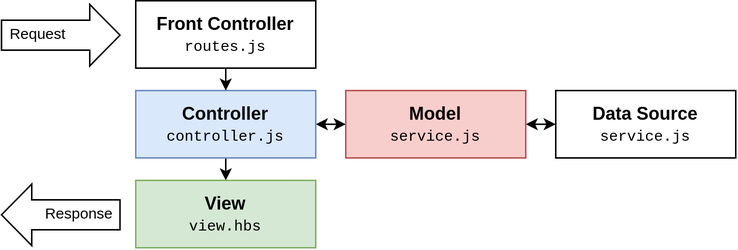
Earlier version of the draw.io export WE2/assets/expressjs-mvc.drawio.png (Expressoist/ost-bsc-it-summaries). Source tidied: cells renumbered, new cells last; positions are measured from the earlier drawing's top-left corner, leaving out a move shared by most shapes. Its diagram source:
```xml
<mxGraphModel>
  <root>
    <mxCell id="0" />
    <mxCell id="1" parent="0" />
    <mxCell id="2" style="shape=flexArrow;endArrow=block;html=1;rounded=0;width=20;endSize=6.382857142857143;fillColor=default;" parent="1" edge="1">
      <mxGeometry relative="1" as="geometry">
        <mxPoint y="23" as="sourcePoint" />
        <mxPoint x="80" y="23" as="targetPoint" />
      </mxGeometry>
    </mxCell>
    <mxCell id="3" style="edgeStyle=orthogonalEdgeStyle;rounded=0;jettySize=auto;html=1;startSize=5;endSize=5;" parent="1" edge="1" source="4" target="7">
      <mxGeometry relative="1" as="geometry" />
    </mxCell>
    <mxCell id="4" value="&lt;b&gt;Front Controller&lt;/b&gt;&lt;br&gt;&lt;font style=&quot;font-size: 10px;&quot; face=&quot;Courier New&quot;&gt;routes.js&lt;/font&gt;" style="rounded=0;whiteSpace=wrap;html=1;" parent="1" vertex="1">
      <mxGeometry x="90" width="120" height="45" as="geometry" />
    </mxCell>
    <mxCell id="5" style="edgeStyle=orthogonalEdgeStyle;rounded=0;jettySize=auto;html=1;exitX=0.5;exitY=1;exitDx=0;exitDy=0;entryX=0.5;entryY=0;entryDx=0;entryDy=0;startSize=5;endSize=5;" parent="1" edge="1" source="7" target="8">
      <mxGeometry relative="1" as="geometry" />
    </mxCell>
    <mxCell id="6" style="edgeStyle=orthogonalEdgeStyle;rounded=0;jettySize=auto;html=1;exitX=1;exitY=0.5;exitDx=0;exitDy=0;entryX=0;entryY=0.5;entryDx=0;entryDy=0;startArrow=classic;startFill=1;startSize=5;endSize=5;" parent="1" edge="1" source="7" target="10">
      <mxGeometry relative="1" as="geometry" />
    </mxCell>
    <mxCell id="7" value="&lt;b&gt;Controller&lt;/b&gt;&lt;br&gt;&lt;font style=&quot;font-size: 10px;&quot; face=&quot;Courier New&quot;&gt;controller.js&lt;/font&gt;" style="rounded=0;whiteSpace=wrap;html=1;fillColor=#dae8fc;strokeColor=#6c8ebf;" parent="1" vertex="1">
      <mxGeometry x="90" y="60" width="120" height="45" as="geometry" />
    </mxCell>
    <mxCell id="8" value="&lt;b&gt;View&lt;/b&gt;&lt;br&gt;&lt;font face=&quot;Courier New&quot;&gt;&lt;span style=&quot;font-size: 10px;&quot;&gt;view.hbs&lt;/span&gt;&lt;/font&gt;" style="rounded=0;whiteSpace=wrap;html=1;fillColor=#d5e8d4;strokeColor=#82b366;" parent="1" vertex="1">
      <mxGeometry x="90" y="120" width="120" height="45" as="geometry" />
    </mxCell>
    <mxCell id="9" style="edgeStyle=orthogonalEdgeStyle;rounded=0;jettySize=auto;html=1;exitX=1;exitY=0.5;exitDx=0;exitDy=0;entryX=0;entryY=0.5;entryDx=0;entryDy=0;startArrow=classic;startFill=1;startSize=5;endSize=5;" parent="1" edge="1" source="10" target="11">
      <mxGeometry relative="1" as="geometry" />
    </mxCell>
    <mxCell id="10" value="&lt;b&gt;Model&lt;/b&gt;&lt;br&gt;&lt;font style=&quot;font-size: 10px;&quot; face=&quot;Courier New&quot;&gt;service.js&lt;/font&gt;" style="rounded=0;whiteSpace=wrap;html=1;fillColor=#f8cecc;strokeColor=#b85450;" parent="1" vertex="1">
      <mxGeometry x="230" y="60" width="120" height="45" as="geometry" />
    </mxCell>
    <mxCell id="11" value="&lt;b&gt;Data Source&lt;/b&gt;&lt;br&gt;&lt;font style=&quot;font-size: 10px;&quot; face=&quot;Courier New&quot;&gt;service.js&lt;/font&gt;" style="rounded=0;whiteSpace=wrap;html=1;" parent="1" vertex="1">
      <mxGeometry x="370" y="60" width="120" height="45" as="geometry" />
    </mxCell>
    <mxCell id="12" style="shape=flexArrow;endArrow=block;html=1;rounded=0;width=20;endSize=6.382857142857143;fillColor=default;" parent="1" edge="1">
      <mxGeometry relative="1" as="geometry">
        <mxPoint x="80" y="143" as="sourcePoint" />
        <mxPoint y="143" as="targetPoint" />
      </mxGeometry>
    </mxCell>
    <mxCell id="13" value="&lt;font style=&quot;font-size: 10px;&quot;&gt;Request&lt;/font&gt;" style="text;html=1;strokeColor=none;fillColor=none;align=center;verticalAlign=middle;whiteSpace=wrap;rounded=0;" parent="1" vertex="1">
      <mxGeometry y="11" width="50" height="22.5" as="geometry" />
    </mxCell>
    <mxCell id="14" value="&lt;font style=&quot;font-size: 10px;&quot;&gt;Response&lt;/font&gt;" style="text;html=1;strokeColor=none;fillColor=none;align=center;verticalAlign=middle;whiteSpace=wrap;rounded=0;" parent="1" vertex="1">
      <mxGeometry x="25" y="131" width="55" height="22.5" as="geometry" />
    </mxCell>
  </root>
</mxGraphModel>
```
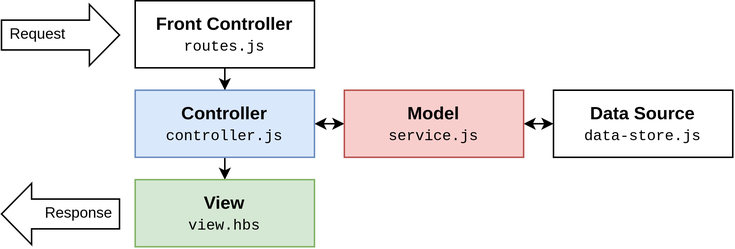
Later version of the same file.

What changed in the source:
```diff
@@ -32,7 +32,7 @@
     <mxCell id="10" value="&lt;b&gt;Model&lt;/b&gt;&lt;br&gt;&lt;font style=&quot;font-size: 10px;&quot; face=&quot;Courier New&quot;&gt;service.js&lt;/font&gt;" style="rounded=0;whiteSpace=wrap;html=1;fillColor=#f8cecc;strokeColor=#b85450;" parent="1" vertex="1">
       <mxGeometry x="230" y="60" width="120" height="45" as="geometry" />
     </mxCell>
-    <mxCell id="11" value="&lt;b&gt;Data Source&lt;/b&gt;&lt;br&gt;&lt;font style=&quot;font-size: 10px;&quot; face=&quot;Courier New&quot;&gt;service.js&lt;/font&gt;" style="rounded=0;whiteSpace=wrap;html=1;" parent="1" vertex="1">
+    <mxCell id="11" value="&lt;b&gt;Data Source&lt;/b&gt;&lt;br&gt;&lt;font style=&quot;font-size: 10px;&quot; face=&quot;Courier New&quot;&gt;data-store.js&lt;/font&gt;" style="rounded=0;whiteSpace=wrap;html=1;" parent="1" vertex="1">
       <mxGeometry x="370" y="60" width="120" height="45" as="geometry" />
     </mxCell>
     <mxCell id="12" style="shape=flexArrow;endArrow=block;html=1;rounded=0;width=20;endSize=6.382857142857143;fillColor=default;" parent="1" edge="1">
```
